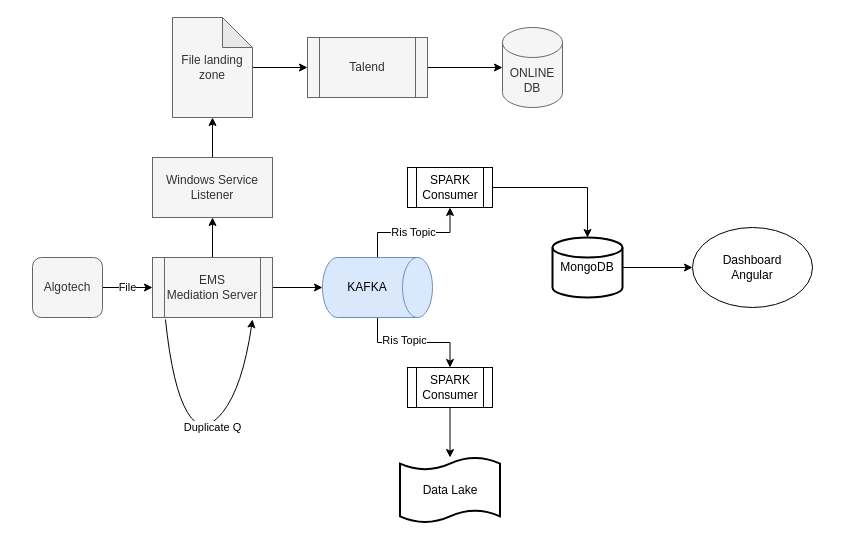
Earlier version of the draw.io diagram ris_nrt.drawio (itaybaran/drawing). Source tidied: cells renumbered, new cells numbered last; positions are measured from the earlier drawing's top-left corner, leaving out a move shared by most shapes. Both pictures are drawn from the tidied source at 100%, with x=0, y=0 at pixel (32, 17).
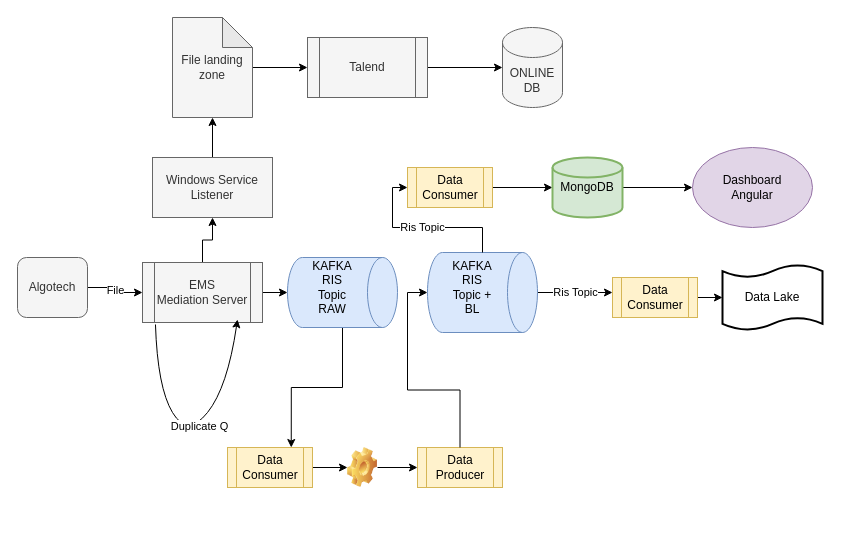
The same diagram, later.

The edit, as a diff of the source:
```diff
@@
+    <mxCell id="29" style="edgeStyle=orthogonalEdgeStyle;rounded=0;jettySize=auto;html=1;entryX=0.75;entryY=0;entryDx=0;entryDy=0;" parent="1" edge="1" source="30" target="33">
+      <mxGeometry relative="1" as="geometry" />
+    </mxCell>
+    <mxCell id="30" style="shape=cylinder3;whiteSpace=wrap;html=1;boundedLbl=1;backgroundOutline=1;size=15;rotation=90;align=center;verticalAlign=middle;fillColor=#dae8fc;strokeColor=#6c8ebf;" parent="1" vertex="1">
+      <mxGeometry x="275" y="220" width="70" height="110" as="geometry" />
+    </mxCell>
@@
     <mxCell id="3" value="Algotech" style="rounded=1;whiteSpace=wrap;html=1;fillColor=#f5f5f5;strokeColor=#666666;fontColor=#333333;" parent="1" vertex="1">
-      <mxGeometry y="240" width="70" height="60" as="geometry" />
+      <mxGeometry x="-15" y="240" width="70" height="60" as="geometry" />
     </mxCell>
-    <mxCell id="4" style="edgeStyle=orthogonalEdgeStyle;rounded=0;jettySize=auto;html=1;" parent="1" edge="1" source="6" target="12">
+    <mxCell id="4" style="edgeStyle=orthogonalEdgeStyle;rounded=0;jettySize=auto;html=1;entryX=0.5;entryY=1;entryDx=0;entryDy=0;entryPerimeter=0;" parent="1" edge="1" source="6" target="30">
       <mxGeometry relative="1" as="geometry" />
     </mxCell>
@@
     <mxCell id="6" value="EMS&lt;br&gt;Mediation Server" style="shape=process;whiteSpace=wrap;html=1;backgroundOutline=1;fillColor=#f5f5f5;strokeColor=#666666;fontColor=#333333;" parent="1" vertex="1">
-      <mxGeometry x="120" y="240" width="120" height="60" as="geometry" />
+      <mxGeometry x="110" y="245" width="120" height="60" as="geometry" />
     </mxCell>
     <mxCell id="7" style="curved=1;endArrow=classic;html=1;exitX=0.108;exitY=1.033;exitDx=0;exitDy=0;exitPerimeter=0;" parent="1" edge="1" source="6">
       <mxGeometry relative="1" as="geometry">
-        <mxPoint x="220" y="302" as="targetPoint" />
+        <mxPoint x="205" y="302" as="targetPoint" />
         <Array as="points">
-          <mxPoint x="140" y="370" />
-          <mxPoint x="170" y="420" />
-          <mxPoint x="210" y="370" />
+          <mxPoint x="125" y="370" />
+          <mxPoint x="155" y="420" />
+          <mxPoint x="195" y="370" />
         </Array>
       </mxGeometry>
     </mxCell>
@@
-    <mxCell id="9" style="edgeStyle=orthogonalEdgeStyle;rounded=0;jettySize=auto;html=1;" parent="1" edge="1" source="12" target="24">
-      <mxGeometry relative="1" as="geometry" />
-    </mxCell>
-    <mxCell id="10" value="Ris Topic" style="edgeLabel;html=1;align=center;verticalAlign=middle;" parent="9" vertex="1">
-      <mxGeometry x="-0.17" y="3" relative="1" as="geometry" />
-    </mxCell>
-    <mxCell id="11" value="Ris Topic" style="edgeStyle=orthogonalEdgeStyle;rounded=0;jettySize=auto;html=1;" parent="1" edge="1" source="12" target="22">
-      <mxGeometry relative="1" as="geometry" />
+    <mxCell id="11" value="Ris Topic" style="edgeStyle=orthogonalEdgeStyle;rounded=0;jettySize=auto;html=1;" parent="1" edge="1" source="12" target="24">
+      <mxGeometry relative="1" as="geometry">
+        <Array as="points">
+          <mxPoint x="450" y="330" />
+        </Array>
+      </mxGeometry>
     </mxCell>
     <mxCell id="12" style="shape=cylinder3;whiteSpace=wrap;html=1;boundedLbl=1;backgroundOutline=1;size=15;rotation=90;align=center;verticalAlign=middle;fillColor=#dae8fc;strokeColor=#6c8ebf;" parent="1" vertex="1">
-      <mxGeometry x="315" y="215" width="60" height="110" as="geometry" />
+      <mxGeometry x="410" y="220" width="80" height="110" as="geometry" />
     </mxCell>
-    <mxCell id="13" value="KAFKA" style="text;html=1;strokeColor=none;fillColor=none;align=center;verticalAlign=middle;whiteSpace=wrap;rounded=0;" parent="1" vertex="1">
-      <mxGeometry x="315" y="260" width="40" height="20" as="geometry" />
+    <mxCell id="13" value="KAFKA&lt;br&gt;RIS Topic RAW" style="text;html=1;strokeColor=none;fillColor=none;align=center;verticalAlign=middle;whiteSpace=wrap;rounded=0;" parent="1" vertex="1">
+      <mxGeometry x="280" y="260" width="40" height="20" as="geometry" />
     </mxCell>
@@
-    <mxCell id="22" value="SPARK&lt;br&gt;Consumer" style="shape=process;whiteSpace=wrap;html=1;backgroundOutline=1;verticalAlign=middle;" parent="1" vertex="1">
+    <mxCell id="22" value="Data Consumer" style="shape=process;whiteSpace=wrap;html=1;backgroundOutline=1;verticalAlign=middle;fillColor=#fff2cc;strokeColor=#d6b656;" parent="1" vertex="1">
       <mxGeometry x="375" y="150" width="85" height="40" as="geometry" />
     </mxCell>
@@
-    <mxCell id="24" value="SPARK&lt;br&gt;Consumer" style="shape=process;whiteSpace=wrap;html=1;backgroundOutline=1;verticalAlign=middle;" parent="1" vertex="1">
-      <mxGeometry x="375" y="350" width="85" height="40" as="geometry" />
+    <mxCell id="24" value="Data&lt;br&gt;Consumer" style="shape=process;whiteSpace=wrap;html=1;backgroundOutline=1;verticalAlign=middle;fillColor=#fff2cc;strokeColor=#d6b656;" parent="1" vertex="1">
+      <mxGeometry x="580" y="260" width="85" height="40" as="geometry" />
     </mxCell>
     <mxCell id="25" value="Data Lake" style="shape=tape;whiteSpace=wrap;html=1;strokeWidth=2;size=0.19;verticalAlign=middle;" parent="1" vertex="1">
-      <mxGeometry x="367.5" y="440" width="100" height="65" as="geometry" />
+      <mxGeometry x="690" y="247.5" width="100" height="65" as="geometry" />
     </mxCell>
@@
-    <mxCell id="27" value="MongoDB" style="strokeWidth=2;html=1;shape=mxgraph.flowchart.database;whiteSpace=wrap;verticalAlign=middle;" parent="1" vertex="1">
-      <mxGeometry x="520" y="220" width="70" height="60" as="geometry" />
+    <mxCell id="27" value="MongoDB" style="strokeWidth=2;html=1;shape=mxgraph.flowchart.database;whiteSpace=wrap;verticalAlign=middle;fillColor=#d5e8d4;strokeColor=#82b366;" parent="1" vertex="1">
+      <mxGeometry x="520" y="140" width="70" height="60" as="geometry" />
     </mxCell>
-    <mxCell id="28" value="Dashboard&lt;br&gt;Angular" style="ellipse;whiteSpace=wrap;html=1;verticalAlign=middle;" parent="1" vertex="1">
-      <mxGeometry x="660" y="210" width="120" height="80" as="geometry" />
+    <mxCell id="28" value="Dashboard&lt;br&gt;Angular" style="ellipse;whiteSpace=wrap;html=1;verticalAlign=middle;fillColor=#e1d5e7;strokeColor=#9673a6;" parent="1" vertex="1">
+      <mxGeometry x="660" y="130" width="120" height="80" as="geometry" />
     </mxCell>
+    <mxCell id="31" value="KAFKA&lt;br&gt;RIS Topic + BL" style="text;html=1;strokeColor=none;fillColor=none;align=center;verticalAlign=middle;whiteSpace=wrap;rounded=0;" parent="1" vertex="1">
+      <mxGeometry x="420" y="260" width="40" height="20" as="geometry" />
+    </mxCell>
+    <mxCell id="32" style="edgeStyle=orthogonalEdgeStyle;rounded=0;jettySize=auto;html=1;" parent="1" edge="1" source="33" target="35">
+      <mxGeometry relative="1" as="geometry" />
+    </mxCell>
+    <mxCell id="33" value="Data Consumer" style="shape=process;whiteSpace=wrap;html=1;backgroundOutline=1;verticalAlign=middle;fillColor=#fff2cc;strokeColor=#d6b656;" parent="1" vertex="1">
+      <mxGeometry x="195" y="430" width="85" height="40" as="geometry" />
+    </mxCell>
+    <mxCell id="34" style="edgeStyle=orthogonalEdgeStyle;rounded=0;jettySize=auto;html=1;" parent="1" edge="1" source="35" target="36">
+      <mxGeometry relative="1" as="geometry" />
+    </mxCell>
+    <mxCell id="35" style="shape=image;html=1;verticalLabelPosition=bottom;verticalAlign=top;imageAspect=0;image=img/clipart/Gear_128x128.png;" parent="1" vertex="1">
+      <mxGeometry x="315" y="430" width="30" height="40" as="geometry" />
+    </mxCell>
+    <mxCell id="36" value="Data Producer" style="shape=process;whiteSpace=wrap;html=1;backgroundOutline=1;verticalAlign=middle;fillColor=#fff2cc;strokeColor=#d6b656;" parent="1" vertex="1">
+      <mxGeometry x="385" y="430" width="85" height="40" as="geometry" />
+    </mxCell>
+    <mxCell id="10" value="Ris Topic" style="edgeStyle=orthogonalEdgeStyle;rounded=0;jettySize=auto;html=1;entryX=0;entryY=0.5;entryDx=0;entryDy=0;" parent="1" edge="1" source="12" target="22">
+      <mxGeometry relative="1" as="geometry">
+        <Array as="points">
+          <mxPoint x="360" y="210" />
+          <mxPoint x="360" y="170" />
+        </Array>
+      </mxGeometry>
+    </mxCell>
+    <mxCell id="37" style="edgeStyle=orthogonalEdgeStyle;rounded=0;jettySize=auto;html=1;entryX=0.5;entryY=1;entryDx=0;entryDy=0;entryPerimeter=0;" parent="1" edge="1" source="36" target="12">
+      <mxGeometry relative="1" as="geometry" />
+    </mxCell>
```
